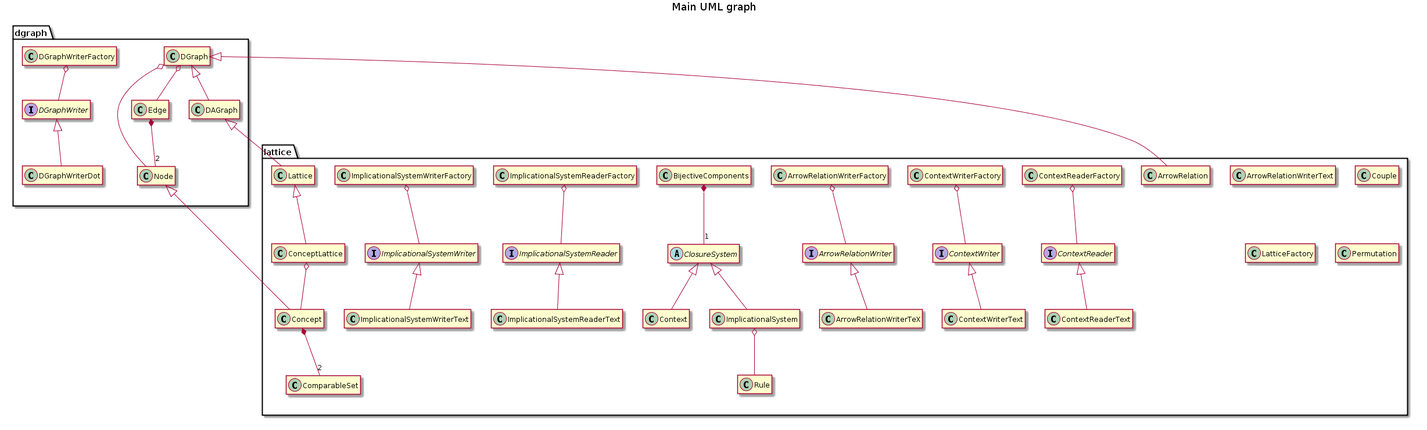
Above: api/UML.png in EstrellaRL/java-lattices (PlantUML), before the change.
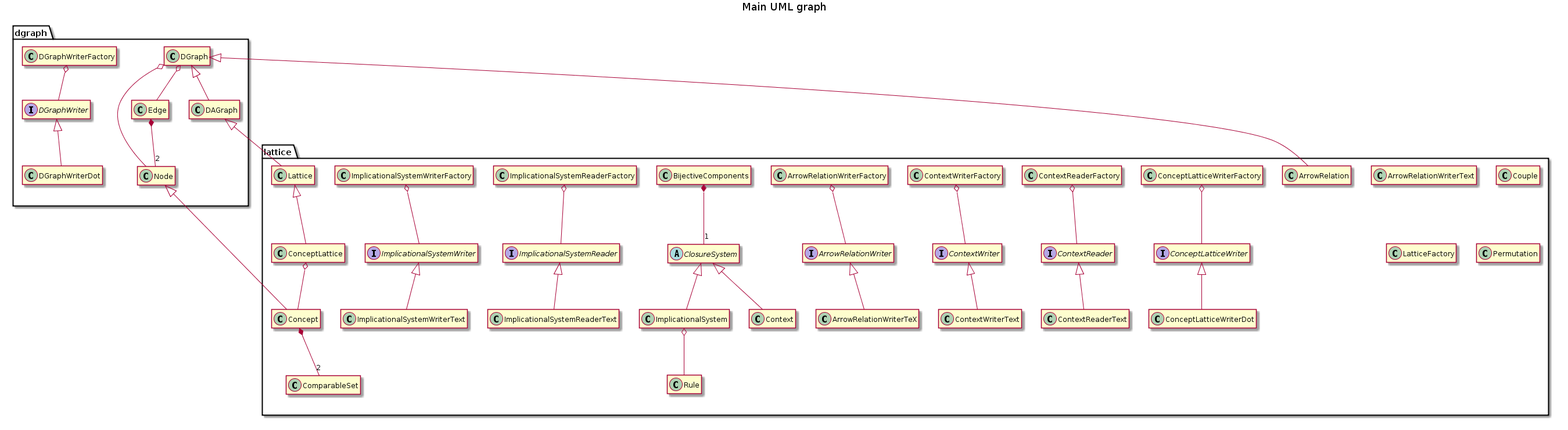
Later version of the same file.

Diff of the diagram source:
```diff
@@ -264,6 +264,31 @@
 
     Lattice <|-- ConceptLattice
     ConceptLattice o-- Concept
+}
+package lattice {
+    interface ConceptLatticeWriter {
+        +void write(ConceptLattice lattice, BufferedWriter file)
+    }
+}
+package lattice {
+    class ConceptLatticeWriterFactory {
+    	-{static}HashMap<String, ConceptLatticeWriter> writers
+        +{static}ConceptLatticeWriter register(ConceptLatticeWriter writer, String extension)
+        +{static}ConceptLatticeWriter unregister(String extension)
+        +{static}ConceptLatticeWriter get(String extension)
+    }
+
+    ConceptLatticeWriterFactory o-- ConceptLatticeWriter
+}
+package lattice {
+    class ConceptLatticeWriterDot {
+    	-{static}ConceptLatticeWriterDot instance
+        +void write(ConceptLattice lattice, BufferedWriter file)
+        +{static}ConceptLatticeWriterDot getInstance()
+        +{static}void register()
+    }
+
+    ConceptLatticeWriter <|-- ConceptLatticeWriterDot
 }
 package lattice {
     class Context {
```
